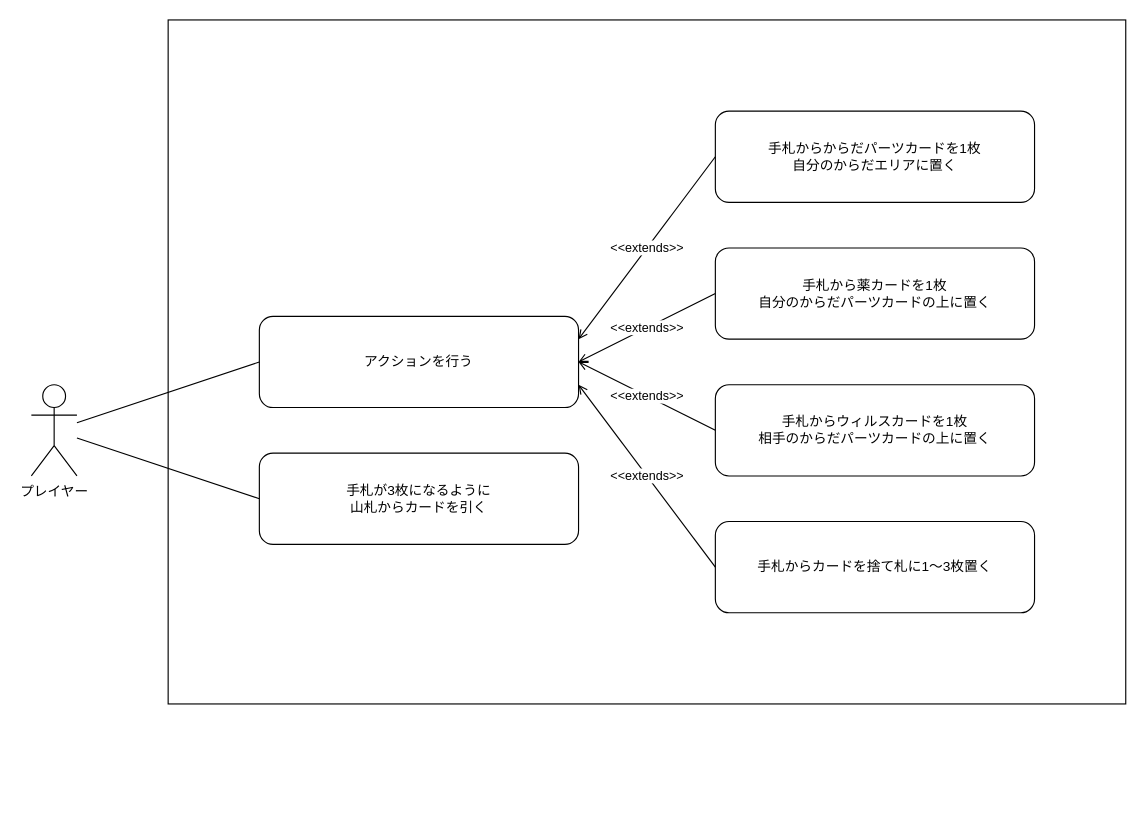
wako-p/vs-virus keeps this draw.io diagram as page "ユースケース" (2 of 3) of app/doc/sudo-modeling.drawio. Above is the earlier version. Source tidied: cells renumbered, new cells numbered last; positions are measured from the earlier drawing's top-left corner, leaving out a move shared by most shapes. Both pictures are drawn from the tidied source at 114%, with x=0, y=0 at pixel (31, 19).
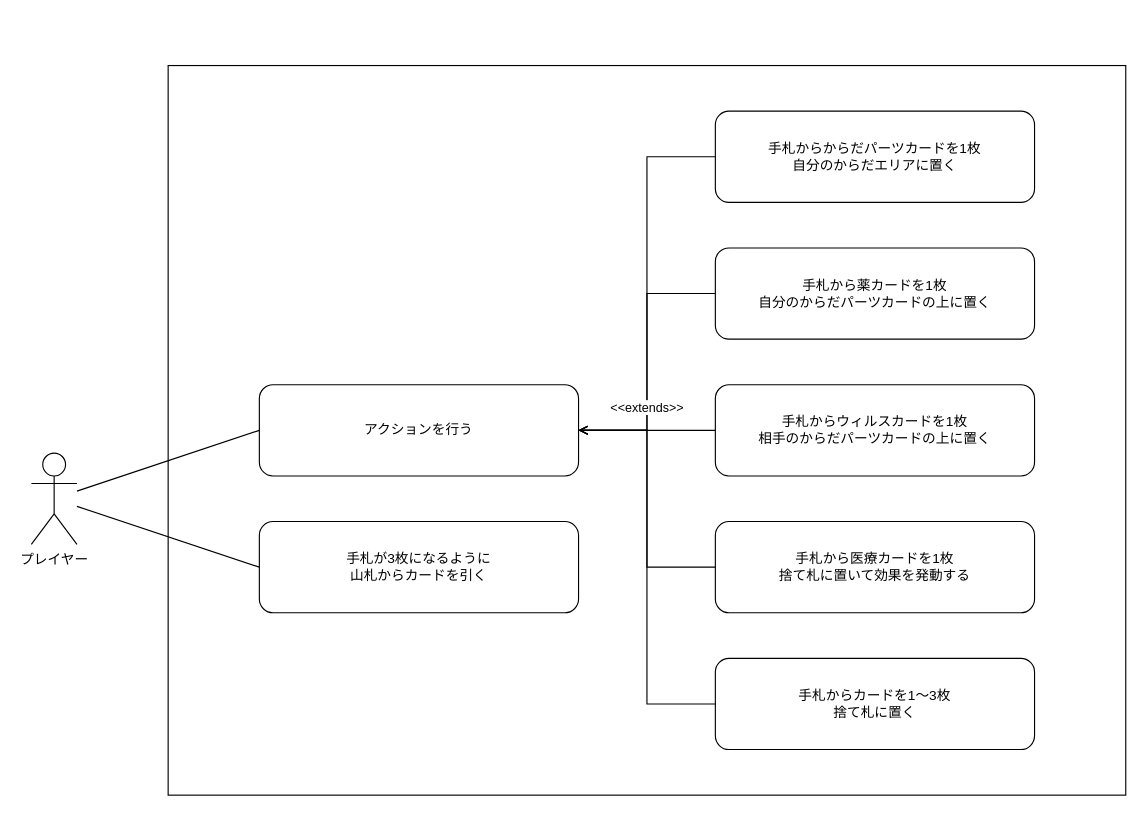
After the change.

Commit message:
doc: 医療カードを使用するユースケースの追加

Change to the diagram source:
```diff
@@
 <mxGraphModel>
   <root>
     <mxCell id="0" />
     <mxCell id="1" parent="0" />
     <mxCell id="2" style="rounded=0;whiteSpace=wrap;html=1;fillColor=none;" parent="1" vertex="1">
-      <mxGeometry x="120" width="840" height="600" as="geometry" />
+      <mxGeometry x="120" y="40" width="840" height="640" as="geometry" />
     </mxCell>
     <mxCell id="3" value="アクションを行う" style="rounded=1;whiteSpace=wrap;html=1;" parent="1" vertex="1">
-      <mxGeometry x="200" y="260" width="280" height="80" as="geometry" />
+      <mxGeometry x="200" y="320" width="280" height="80" as="geometry" />
     </mxCell>
     <mxCell id="4" value="手札が3枚になるように&lt;br&gt;山札からカードを引く" style="rounded=1;whiteSpace=wrap;html=1;" parent="1" vertex="1">
-      <mxGeometry x="200" y="380" width="280" height="80" as="geometry" />
+      <mxGeometry x="200" y="440" width="280" height="80" as="geometry" />
     </mxCell>
     <mxCell id="5" value="手札からからだパーツカードを1枚&lt;br&gt;自分のからだエリアに置く" style="rounded=1;whiteSpace=wrap;html=1;" parent="1" vertex="1">
       <mxGeometry x="600" y="80" width="280" height="80" as="geometry" />
     </mxCell>
-    <mxCell id="6" value="手札からカードを捨て札に1〜3枚置く" style="rounded=1;whiteSpace=wrap;html=1;" parent="1" vertex="1">
-      <mxGeometry x="600" y="440" width="280" height="80" as="geometry" />
+    <mxCell id="6" value="手札からカードを1〜3枚&lt;br&gt;捨て札に置く" style="rounded=1;whiteSpace=wrap;html=1;" parent="1" vertex="1">
+      <mxGeometry x="600" y="560" width="280" height="80" as="geometry" />
     </mxCell>
     <mxCell id="7" value="プレイヤー" style="shape=umlActor;verticalLabelPosition=bottom;verticalAlign=top;html=1;outlineConnect=0;" parent="1" vertex="1">
-      <mxGeometry y="320" width="40" height="80" as="geometry" />
+      <mxGeometry y="380" width="40" height="80" as="geometry" />
     </mxCell>
-    <mxCell id="8" value="&amp;lt;&amp;lt;extends&amp;gt;&amp;gt;" style="endArrow=none;html=1;rounded=0;entryX=0;entryY=0.5;entryDx=0;entryDy=0;startArrow=open;startFill=0;exitX=1;exitY=0.25;exitDx=0;exitDy=0;" parent="1" edge="1" source="3" target="5">
+    <mxCell id="8" style="endArrow=none;html=1;rounded=0;entryX=0;entryY=0.5;entryDx=0;entryDy=0;startArrow=open;startFill=0;exitX=1;exitY=0.5;exitDx=0;exitDy=0;edgeStyle=orthogonalEdgeStyle;" parent="1" edge="1" source="3" target="5">
       <mxGeometry relative="1" as="geometry" />
     </mxCell>
-    <mxCell id="9" value="&amp;lt;&amp;lt;extends&amp;gt;&amp;gt;" style="endArrow=none;html=1;rounded=0;startArrow=open;startFill=0;exitX=1;exitY=0.5;exitDx=0;exitDy=0;entryX=0;entryY=0.5;entryDx=0;entryDy=0;" parent="1" edge="1" source="3" target="13">
+    <mxCell id="9" style="endArrow=none;html=1;rounded=0;startArrow=open;startFill=0;exitX=1;exitY=0.5;exitDx=0;exitDy=0;entryX=0;entryY=0.5;entryDx=0;entryDy=0;edgeStyle=orthogonalEdgeStyle;" parent="1" edge="1" source="3" target="13">
       <mxGeometry relative="1" as="geometry" />
     </mxCell>
     <mxCell id="10" style="endArrow=none;html=1;rounded=0;entryX=0;entryY=0.5;entryDx=0;entryDy=0;" parent="1" edge="1" source="7" target="3">
       <mxGeometry relative="1" as="geometry" />
     </mxCell>
     <mxCell id="11" style="endArrow=none;html=1;rounded=0;entryX=0;entryY=0.5;entryDx=0;entryDy=0;" parent="1" edge="1" source="7" target="4">
       <mxGeometry relative="1" as="geometry" />
     </mxCell>
     <mxCell id="12" value="手札からウィルスカードを1枚&lt;br&gt;相手のからだパーツカードの上に置く" style="rounded=1;whiteSpace=wrap;html=1;" parent="1" vertex="1">
       <mxGeometry x="600" y="320" width="280" height="80" as="geometry" />
     </mxCell>
     <mxCell id="13" value="手札から薬カードを1枚&lt;br&gt;自分のからだパーツカードの上に置く" style="rounded=1;whiteSpace=wrap;html=1;" parent="1" vertex="1">
       <mxGeometry x="600" y="200" width="280" height="80" as="geometry" />
     </mxCell>
-    <mxCell id="14" value="&amp;lt;&amp;lt;extends&amp;gt;&amp;gt;" style="endArrow=none;html=1;rounded=0;startArrow=open;startFill=0;exitX=1;exitY=0.5;exitDx=0;exitDy=0;entryX=0;entryY=0.5;entryDx=0;entryDy=0;" parent="1" edge="1" source="3" target="12">
-      <mxGeometry relative="1" as="geometry" />
+    <mxCell id="14" value="&amp;lt;&amp;lt;extends&amp;gt;&amp;gt;" style="endArrow=none;html=1;rounded=0;startArrow=open;startFill=0;exitX=1;exitY=0.5;exitDx=0;exitDy=0;entryX=0;entryY=0.5;entryDx=0;entryDy=0;edgeStyle=orthogonalEdgeStyle;" parent="1" edge="1" source="3" target="12">
+      <mxGeometry y="20" relative="1" as="geometry" />
     </mxCell>
-    <mxCell id="15" value="&amp;lt;&amp;lt;extends&amp;gt;&amp;gt;" style="endArrow=none;html=1;rounded=0;startArrow=open;startFill=0;exitX=1;exitY=0.75;exitDx=0;exitDy=0;entryX=0;entryY=0.5;entryDx=0;entryDy=0;" parent="1" edge="1" source="3" target="6">
+    <mxCell id="15" style="endArrow=none;html=1;rounded=0;startArrow=open;startFill=0;exitX=1;exitY=0.5;exitDx=0;exitDy=0;entryX=0;entryY=0.5;entryDx=0;entryDy=0;edgeStyle=orthogonalEdgeStyle;" parent="1" edge="1" source="3" target="6">
       <mxGeometry relative="1" as="geometry" />
     </mxCell>
+    <mxCell id="16" value="手札から医療カードを1枚&lt;br&gt;捨て札に置いて効果を発動する" style="rounded=1;whiteSpace=wrap;html=1;" parent="1" vertex="1">
+      <mxGeometry x="600" y="440" width="280" height="80" as="geometry" />
+    </mxCell>
+    <mxCell id="17" style="endArrow=none;html=1;rounded=0;startArrow=open;startFill=0;exitX=1;exitY=0.5;exitDx=0;exitDy=0;entryX=0;entryY=0.5;entryDx=0;entryDy=0;edgeStyle=orthogonalEdgeStyle;" parent="1" edge="1" source="3" target="16">
+      <mxGeometry relative="1" as="geometry" />
+    </mxCell>
   </root>
 </mxGraphModel>
```
